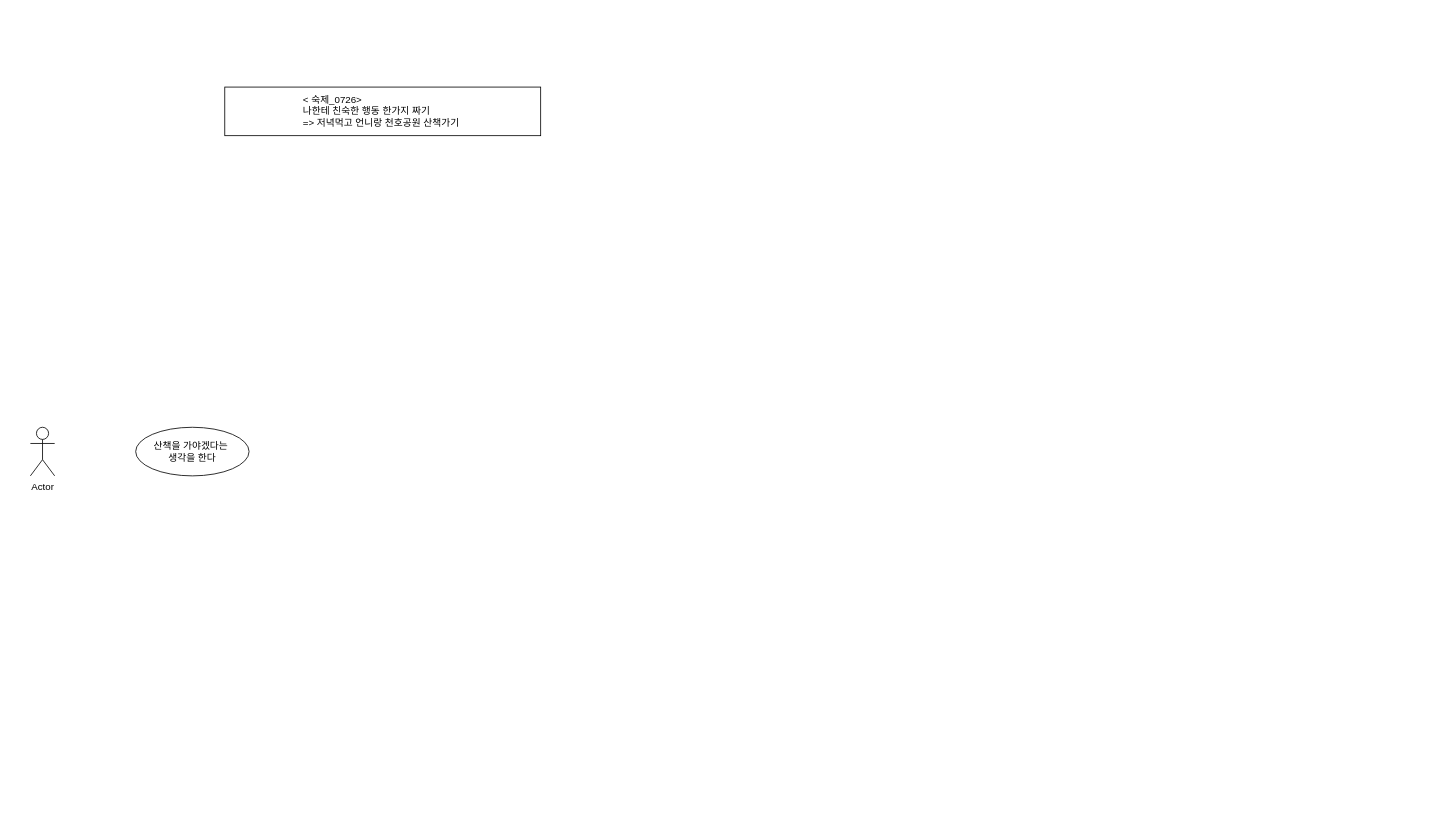
Jin-bright/diagram_study keeps this draw.io diagram as usecase_diagram/test.drawio. Above is the earlier version. Source tidied: cells renumbered, new cells numbered last; positions are measured from the earlier drawing's top-left corner, leaving out a move shared by most shapes. Both pictures are drawn from the tidied source at 81%, with x=0, y=0 at pixel (30, 87).
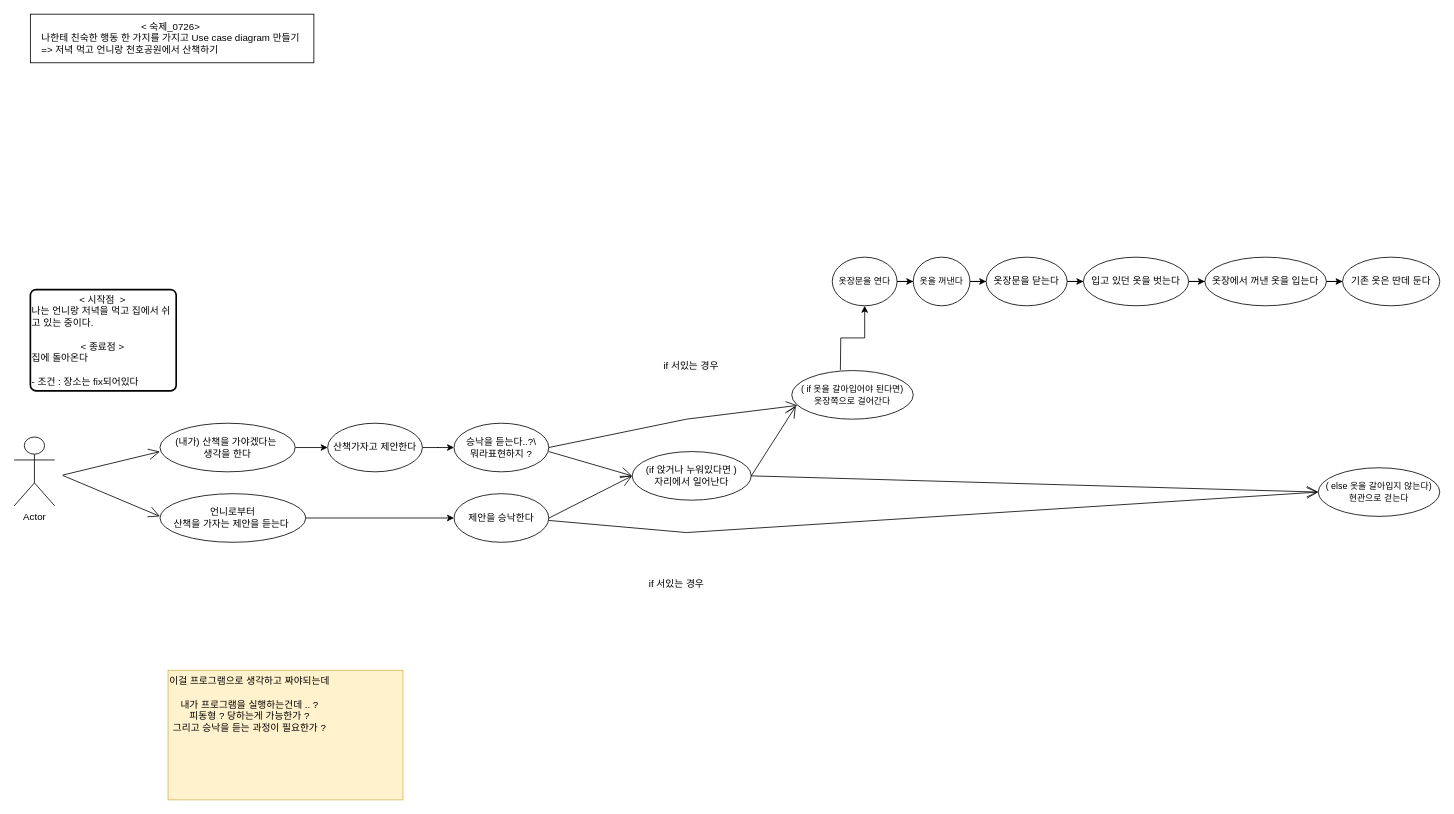
After the change.

The edit, as a diff of the source:
```diff
@@
+    <mxCell id="5" style="edgeStyle=orthogonalEdgeStyle;rounded=0;jettySize=auto;html=1;" parent="1" edge="1" source="2" target="21">
+      <mxGeometry relative="1" as="geometry" />
+    </mxCell>
-    <mxCell id="2" value="산책을 가야겠다는&amp;nbsp;&lt;br&gt;생각을 한다" style="ellipse;whiteSpace=wrap;html=1;" parent="1" vertex="1">
-      <mxGeometry x="130" y="420" width="140" height="60" as="geometry" />
+    <mxCell id="2" value="(내가) 산책을 가야겠다는&amp;nbsp;&lt;br&gt;생각을 한다" style="ellipse;whiteSpace=wrap;html=1;" parent="1" vertex="1">
+      <mxGeometry x="160" y="415" width="167" height="60" as="geometry" />
     </mxCell>
     <mxCell id="3" value="Actor" style="shape=umlActor;verticalLabelPosition=bottom;verticalAlign=top;html=1;" parent="1" vertex="1">
-      <mxGeometry y="420" width="30" height="60" as="geometry" />
+      <mxGeometry x="-20" y="432" width="50" height="85" as="geometry" />
     </mxCell>
-    <mxCell id="4" value="&lt;div style=&quot;text-align: left;&quot;&gt;&lt;span style=&quot;background-color: initial;&quot;&gt;&amp;lt; 숙제_0726&amp;gt;&amp;nbsp;&lt;/span&gt;&lt;/div&gt;&lt;div style=&quot;text-align: left;&quot;&gt;&lt;span style=&quot;background-color: initial;&quot;&gt;나한테 친숙한 행동 한가지 짜기&amp;nbsp;&lt;/span&gt;&lt;/div&gt;&lt;div style=&quot;text-align: left;&quot;&gt;=&amp;gt; 저녁먹고 언니랑 천호공원 산책가기&amp;nbsp;&lt;/div&gt;" style="rounded=0;whiteSpace=wrap;html=1;" parent="1" vertex="1">
-      <mxGeometry x="240" width="390" height="60" as="geometry" />
+    <mxCell id="4" value="&lt;div style=&quot;&quot;&gt;&lt;span style=&quot;background-color: initial;&quot;&gt;&amp;lt; 숙제_0726&amp;gt;&amp;nbsp;&lt;/span&gt;&lt;/div&gt;&lt;div style=&quot;&quot;&gt;&lt;span style=&quot;background-color: initial;&quot;&gt;나한테 친숙한 행동 한 가지를 가지고 Use case diagram 만들기&amp;nbsp;&lt;/span&gt;&lt;/div&gt;&lt;div style=&quot;text-align: left;&quot;&gt;=&amp;gt; 저녁 먹고 언니랑 천호공원에서 산책하기&amp;nbsp;&lt;/div&gt;" style="rounded=0;whiteSpace=wrap;html=1;" parent="1" vertex="1">
+      <mxGeometry y="-90" width="350" height="60" as="geometry" />
     </mxCell>
+    <mxCell id="6" style="endArrow=open;endFill=1;endSize=12;html=1;rounded=0;entryX=0;entryY=0.5;entryDx=0;entryDy=0;" parent="1" edge="1" target="9">
+      <mxGeometry relative="1" as="geometry">
+        <mxPoint x="640" y="450" as="sourcePoint" />
+      </mxGeometry>
+    </mxCell>
+    <mxCell id="7" style="endArrow=open;endFill=1;endSize=12;html=1;rounded=0;entryX=0;entryY=0.5;entryDx=0;entryDy=0;" parent="1" edge="1" target="9">
+      <mxGeometry relative="1" as="geometry">
+        <mxPoint x="640" y="532.2" as="sourcePoint" />
+      </mxGeometry>
+    </mxCell>
+    <mxCell id="8" value="&lt;div style=&quot;text-align: center;&quot;&gt;&lt;span style=&quot;background-color: initial;&quot;&gt;&amp;lt; 시작점&amp;nbsp; &amp;gt;&amp;nbsp;&lt;/span&gt;&lt;/div&gt;&lt;div style=&quot;&quot;&gt;&lt;span style=&quot;background-color: initial;&quot;&gt;나는 언니랑 저녁을 먹고 집에서 쉬고 있는 중이다.&lt;/span&gt;&lt;/div&gt;&lt;div style=&quot;&quot;&gt;&lt;span style=&quot;background-color: initial;&quot;&gt;&lt;br&gt;&lt;/span&gt;&lt;/div&gt;&lt;div style=&quot;text-align: center;&quot;&gt;&lt;span style=&quot;background-color: initial;&quot;&gt;&amp;lt; 종료점 &amp;gt;&amp;nbsp;&lt;/span&gt;&lt;/div&gt;&lt;div style=&quot;&quot;&gt;집에 돌아온다&amp;nbsp;&lt;/div&gt;&lt;br&gt;- 조건 : 장소는 fix되어있다&amp;nbsp;" style="rounded=1;whiteSpace=wrap;html=1;absoluteArcSize=1;arcSize=14;strokeWidth=2;align=left;" parent="1" vertex="1">
+      <mxGeometry y="250" width="180" height="125" as="geometry" />
+    </mxCell>
+    <mxCell id="9" value="(if 앉거나 누워있다면 )&lt;br&gt;자리에서 일어난다" style="ellipse;whiteSpace=wrap;html=1;" parent="1" vertex="1">
+      <mxGeometry x="743" y="450" width="147" height="60" as="geometry" />
+    </mxCell>
+    <mxCell id="10" style="edgeStyle=orthogonalEdgeStyle;rounded=0;jettySize=auto;html=1;entryX=0.5;entryY=1;entryDx=0;entryDy=0;" parent="1" edge="1" target="15">
+      <mxGeometry relative="1" as="geometry">
+        <mxPoint x="1000" y="349.4" as="sourcePoint" />
+      </mxGeometry>
+    </mxCell>
+    <mxCell id="11" value="&lt;font style=&quot;font-size: 11px;&quot;&gt;( if 옷을 갈아입어야 된다면)&lt;br&gt;옷장쪽으로 걸어간다&lt;br&gt;&lt;/font&gt;" style="ellipse;whiteSpace=wrap;html=1;" parent="1" vertex="1">
+      <mxGeometry x="940" y="350" width="150" height="60" as="geometry" />
+    </mxCell>
+    <mxCell id="12" style="endArrow=open;endFill=1;endSize=12;html=1;rounded=0;exitX=1;exitY=0.5;exitDx=0;exitDy=0;entryX=0.033;entryY=0.733;entryDx=0;entryDy=0;entryPerimeter=0;" parent="1" edge="1" source="9" target="11">
+      <mxGeometry relative="1" as="geometry" />
+    </mxCell>
+    <mxCell id="13" value="&lt;font style=&quot;font-size: 11px;&quot;&gt;( else 옷을 갈아입지 않는다)&lt;br&gt;현관으로 걷는다&lt;br&gt;&lt;/font&gt;" style="ellipse;whiteSpace=wrap;html=1;" parent="1" vertex="1">
+      <mxGeometry x="1590" y="470" width="150" height="60" as="geometry" />
+    </mxCell>
+    <mxCell id="14" style="edgeStyle=orthogonalEdgeStyle;rounded=0;jettySize=auto;html=1;" parent="1" edge="1" source="15" target="31">
+      <mxGeometry relative="1" as="geometry" />
+    </mxCell>
+    <mxCell id="15" value="&lt;font style=&quot;font-size: 11px;&quot;&gt;옷장문을 연다&lt;br&gt;&lt;/font&gt;" style="ellipse;whiteSpace=wrap;html=1;" parent="1" vertex="1">
+      <mxGeometry x="990" y="210" width="80" height="60" as="geometry" />
+    </mxCell>
+    <mxCell id="16" style="edgeStyle=orthogonalEdgeStyle;rounded=0;jettySize=auto;html=1;entryX=0;entryY=0.5;entryDx=0;entryDy=0;" parent="1" edge="1" source="17" target="19">
+      <mxGeometry relative="1" as="geometry" />
+    </mxCell>
+    <mxCell id="17" value="언니로부터 &lt;br&gt;산책을 가자는 제안을 듣는다&amp;nbsp;" style="ellipse;whiteSpace=wrap;html=1;" parent="1" vertex="1">
+      <mxGeometry x="160" y="502" width="180" height="60" as="geometry" />
+    </mxCell>
+    <mxCell id="18" style="endArrow=open;endFill=1;endSize=12;html=1;rounded=0;" parent="1" edge="1">
+      <mxGeometry relative="1" as="geometry">
+        <mxPoint x="40" y="479.5" as="sourcePoint" />
+        <mxPoint x="160" y="530" as="targetPoint" />
+      </mxGeometry>
+    </mxCell>
+    <mxCell id="19" value="제안을 승낙한다" style="ellipse;whiteSpace=wrap;html=1;" parent="1" vertex="1">
+      <mxGeometry x="523" y="502" width="117" height="60" as="geometry" />
+    </mxCell>
+    <mxCell id="20" style="edgeStyle=orthogonalEdgeStyle;rounded=0;jettySize=auto;html=1;" parent="1" edge="1" source="21" target="23">
+      <mxGeometry relative="1" as="geometry" />
+    </mxCell>
+    <mxCell id="21" value="산책가자고 제안한다" style="ellipse;whiteSpace=wrap;html=1;" parent="1" vertex="1">
+      <mxGeometry x="367" y="415" width="117" height="60" as="geometry" />
+    </mxCell>
+    <mxCell id="22" style="endArrow=open;endFill=1;endSize=12;html=1;rounded=0;" parent="1" edge="1">
+      <mxGeometry relative="1" as="geometry">
+        <mxPoint x="40" y="479" as="sourcePoint" />
+        <mxPoint x="160" y="450" as="targetPoint" />
+      </mxGeometry>
+    </mxCell>
+    <mxCell id="23" value="승낙을 듣는다..?\&lt;br&gt;뭐라표현하지 ?" style="ellipse;whiteSpace=wrap;html=1;" parent="1" vertex="1">
+      <mxGeometry x="523" y="415" width="117" height="60" as="geometry" />
+    </mxCell>
+    <mxCell id="24" style="endArrow=open;endFill=1;endSize=12;html=1;rounded=0;entryX=0;entryY=0.5;entryDx=0;entryDy=0;entryPerimeter=0;exitX=1;exitY=0.5;exitDx=0;exitDy=0;" parent="1" edge="1" source="9" target="13">
+      <mxGeometry relative="1" as="geometry" />
+    </mxCell>
+    <mxCell id="25" style="endArrow=open;endFill=1;endSize=12;html=1;rounded=0;exitX=1;exitY=0.5;exitDx=0;exitDy=0;entryX=0.047;entryY=0.717;entryDx=0;entryDy=0;entryPerimeter=0;" parent="1" edge="1" source="23" target="11">
+      <mxGeometry relative="1" as="geometry">
+        <Array as="points">
+          <mxPoint x="810" y="410" />
+        </Array>
+      </mxGeometry>
+    </mxCell>
+    <mxCell id="26" style="endArrow=open;endFill=1;endSize=12;html=1;rounded=0;entryX=0;entryY=0.5;entryDx=0;entryDy=0;exitX=1;exitY=0.5;exitDx=0;exitDy=0;" parent="1" edge="1" target="13">
+      <mxGeometry relative="1" as="geometry">
+        <mxPoint x="640" y="535" as="sourcePoint" />
+        <Array as="points">
+          <mxPoint x="810" y="550" />
+        </Array>
+      </mxGeometry>
+    </mxCell>
+    <mxCell id="27" value="&lt;span style=&quot;color: rgb(0, 0, 0); font-family: Helvetica; font-size: 12px; font-style: normal; font-variant-ligatures: normal; font-variant-caps: normal; font-weight: 400; letter-spacing: normal; orphans: 2; text-align: center; text-indent: 0px; text-transform: none; widows: 2; word-spacing: 0px; -webkit-text-stroke-width: 0px; background-color: rgb(251, 251, 251); text-decoration-thickness: initial; text-decoration-style: initial; text-decoration-color: initial; float: none; display: inline !important;&quot;&gt;if 서있는 경우&lt;/span&gt;" style="text;whiteSpace=wrap;html=1;" parent="1" vertex="1">
+      <mxGeometry x="780" y="330" width="110" height="40" as="geometry" />
+    </mxCell>
+    <mxCell id="28" value="&lt;span style=&quot;color: rgb(0, 0, 0); font-family: Helvetica; font-size: 12px; font-style: normal; font-variant-ligatures: normal; font-variant-caps: normal; font-weight: 400; letter-spacing: normal; orphans: 2; text-align: center; text-indent: 0px; text-transform: none; widows: 2; word-spacing: 0px; -webkit-text-stroke-width: 0px; background-color: rgb(251, 251, 251); text-decoration-thickness: initial; text-decoration-style: initial; text-decoration-color: initial; float: none; display: inline !important;&quot;&gt;if 서있는 경우&lt;/span&gt;" style="text;whiteSpace=wrap;html=1;" parent="1" vertex="1">
+      <mxGeometry x="761.5" y="600" width="110" height="40" as="geometry" />
+    </mxCell>
+    <mxCell id="29" value="&lt;div style=&quot;text-align: center;&quot;&gt;이걸 프로그램으로 생각하고 짜야되는데&amp;nbsp;&lt;/div&gt;&lt;div style=&quot;text-align: center;&quot;&gt;&lt;span style=&quot;background-color: initial;&quot;&gt;&lt;br&gt;&lt;/span&gt;&lt;/div&gt;&lt;div style=&quot;text-align: center;&quot;&gt;&lt;span style=&quot;background-color: initial;&quot;&gt;내가 프로그램을 실행하는건데 .. ?&amp;nbsp;&lt;/span&gt;&lt;/div&gt;&lt;div style=&quot;text-align: center;&quot;&gt;피동형 ? 당하는게 가능한가 ?&amp;nbsp;&lt;/div&gt;&lt;div style=&quot;text-align: center;&quot;&gt;그리고 승낙을 듣는 과정이 필요한가 ?&amp;nbsp;&lt;/div&gt;&lt;div style=&quot;text-align: center;&quot;&gt;&lt;br&gt;&lt;/div&gt;&lt;div style=&quot;text-align: center;&quot;&gt;&lt;br&gt;&lt;/div&gt;" style="text;whiteSpace=wrap;html=1;fillColor=#fff2cc;strokeColor=#d6b656;" parent="1" vertex="1">
+      <mxGeometry x="170" y="720" width="290" height="160" as="geometry" />
+    </mxCell>
+    <mxCell id="30" style="edgeStyle=orthogonalEdgeStyle;rounded=0;jettySize=auto;html=1;" parent="1" edge="1" source="31" target="33">
+      <mxGeometry relative="1" as="geometry" />
+    </mxCell>
+    <mxCell id="31" value="&lt;font style=&quot;font-size: 11px;&quot;&gt;옷을 꺼낸다&lt;br&gt;&lt;/font&gt;" style="ellipse;whiteSpace=wrap;html=1;" parent="1" vertex="1">
+      <mxGeometry x="1090" y="210" width="70" height="60" as="geometry" />
+    </mxCell>
+    <mxCell id="32" style="edgeStyle=orthogonalEdgeStyle;rounded=0;jettySize=auto;html=1;" parent="1" edge="1" source="33" target="35">
+      <mxGeometry relative="1" as="geometry" />
+    </mxCell>
+    <mxCell id="33" value="옷장문을 닫는다" style="ellipse;whiteSpace=wrap;html=1;" parent="1" vertex="1">
+      <mxGeometry x="1180" y="210" width="100" height="60" as="geometry" />
+    </mxCell>
+    <mxCell id="34" style="edgeStyle=orthogonalEdgeStyle;rounded=0;jettySize=auto;html=1;" parent="1" edge="1" source="35" target="37">
+      <mxGeometry relative="1" as="geometry" />
+    </mxCell>
+    <mxCell id="35" value="입고 있던 옷을 벗는다" style="ellipse;whiteSpace=wrap;html=1;" parent="1" vertex="1">
+      <mxGeometry x="1300" y="210" width="130" height="60" as="geometry" />
+    </mxCell>
+    <mxCell id="36" style="edgeStyle=orthogonalEdgeStyle;rounded=0;jettySize=auto;html=1;" parent="1" edge="1" source="37" target="38">
+      <mxGeometry relative="1" as="geometry" />
+    </mxCell>
+    <mxCell id="37" value="옷장에서 꺼낸 옷을 입는다" style="ellipse;whiteSpace=wrap;html=1;" parent="1" vertex="1">
+      <mxGeometry x="1450" y="210" width="150" height="60" as="geometry" />
+    </mxCell>
+    <mxCell id="38" value="기존 옷은 딴데 둔다" style="ellipse;whiteSpace=wrap;html=1;" parent="1" vertex="1">
+      <mxGeometry x="1620" y="210" width="120" height="60" as="geometry" />
+    </mxCell>
```
